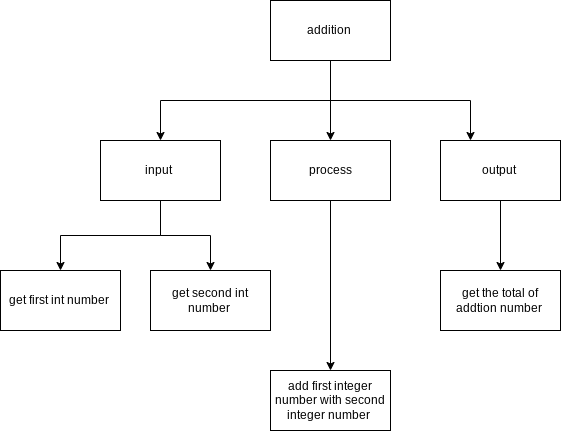
Earlier version of the draw.io export topdown.png (mohammedal-ess/ICS3U-Unit3-01-Python). Source tidied: cells renumbered, new cells last; positions are measured from the earlier drawing's top-left corner, leaving out a move shared by most shapes.
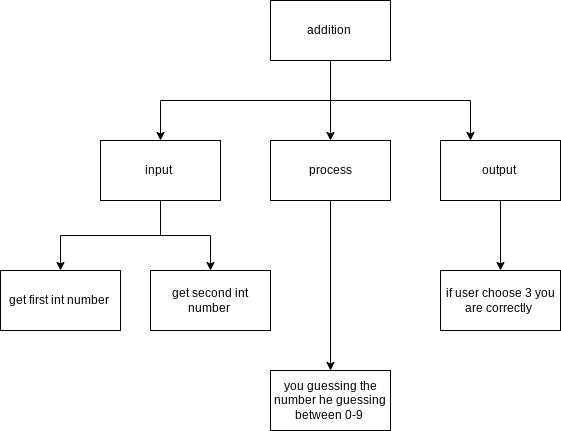
After the change.

Change to the diagram source:
```diff
@@ -51,10 +51,10 @@
     <mxCell id="14" value="get second int number&amp;nbsp;" style="rounded=0;whiteSpace=wrap;html=1;" parent="1" vertex="1">
       <mxGeometry x="150" y="270" width="120" height="60" as="geometry" />
     </mxCell>
-    <mxCell id="15" value="add first integer number with second integer number&amp;nbsp;" style="rounded=0;whiteSpace=wrap;html=1;" parent="1" vertex="1">
+    <mxCell id="15" value="you guessing the number he guessing between 0-9&amp;nbsp;" style="rounded=0;whiteSpace=wrap;html=1;" parent="1" vertex="1">
       <mxGeometry x="270" y="370" width="120" height="60" as="geometry" />
     </mxCell>
-    <mxCell id="16" value="get the total of addtion number&amp;nbsp;" style="rounded=0;whiteSpace=wrap;html=1;" parent="1" vertex="1">
+    <mxCell id="16" value="if user choose 3 you are correctly&amp;nbsp;" style="rounded=0;whiteSpace=wrap;html=1;" parent="1" vertex="1">
       <mxGeometry x="440" y="270" width="120" height="60" as="geometry" />
     </mxCell>
   </root>
```
